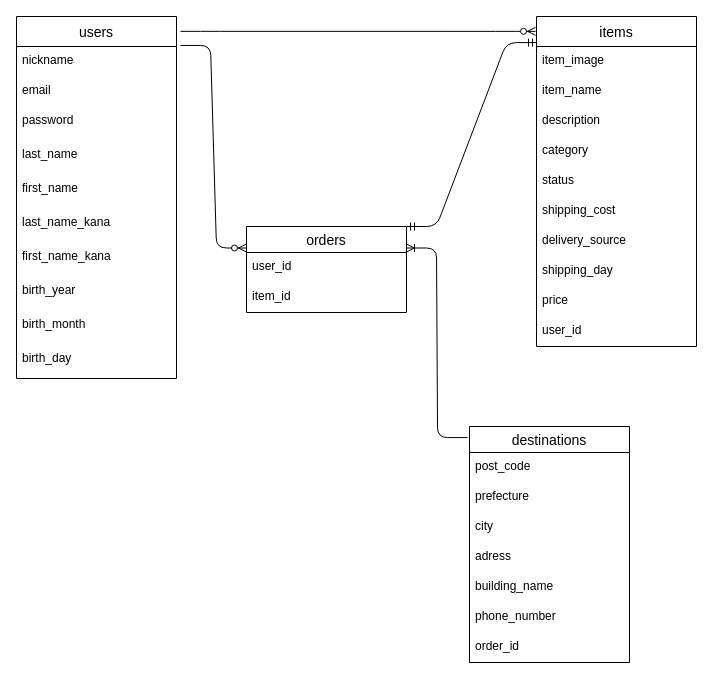
mikiyaaa/furima-33973 keeps this draw.io diagram as furima.dio. Above is the earlier version. Source tidied: cells renumbered, new cells numbered last; positions are measured from the earlier drawing's top-left corner, leaving out a move shared by most shapes. Both pictures are drawn from the tidied source at 100%, with x=0, y=0 at pixel (16, 16).
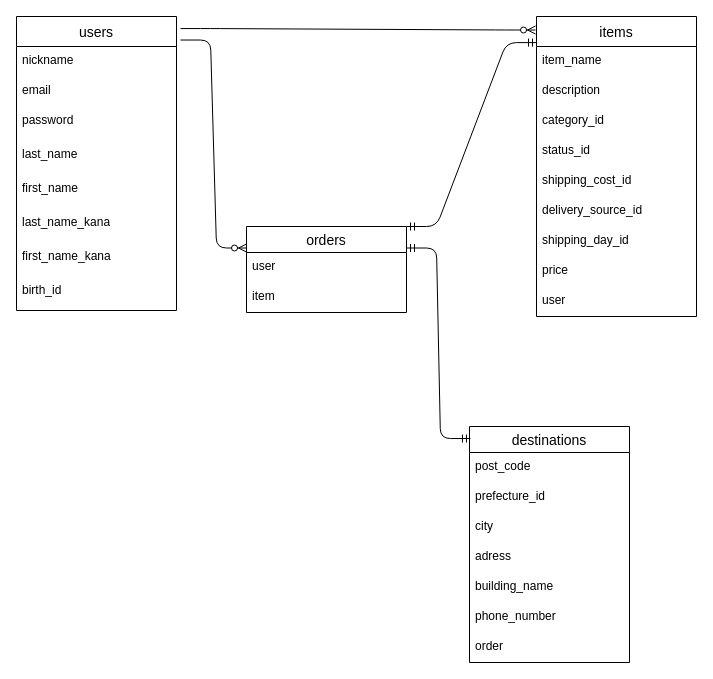
The same page after the edit.

Commit message (it also covers changes not shown here):
データベース設計修正

Unchanged cells that the change refers to:
```xml
<mxCell id="25" value="destinations" style="swimlane;fontStyle=0;horizontal=1;startSize=26;align=center;fontSize=14;" parent="1" vertex="1">
  <mxGeometry x="453" y="410" width="160" height="236" as="geometry" />
</mxCell>
<mxCell id="33" value="orders" style="swimlane;fontStyle=0;horizontal=1;startSize=26;align=center;fontSize=14;" parent="1" vertex="1">
  <mxGeometry x="230" y="210" width="160" height="86" as="geometry" />
</mxCell>
```

The edit, as a diff of the source:
```diff
@@
     <mxCell id="2" value="users" style="swimlane;fontStyle=0;horizontal=1;startSize=30;align=center;fontSize=14;" parent="1" vertex="1">
-      <mxGeometry width="160" height="362" as="geometry" />
+      <mxGeometry width="160" height="294" as="geometry" />
     </mxCell>
@@
-    <mxCell id="10" value="birth_year" style="text;strokeColor=none;fillColor=none;spacingLeft=4;spacingRight=4;overflow=hidden;fontSize=12;" parent="2" vertex="1">
+    <mxCell id="10" value="birth_id" style="text;strokeColor=none;fillColor=none;spacingLeft=4;spacingRight=4;overflow=hidden;fontSize=12;" parent="2" vertex="1">
       <mxGeometry y="260" width="160" height="34" as="geometry" />
     </mxCell>
-    <mxCell id="11" value="birth_month" style="text;strokeColor=none;fillColor=none;spacingLeft=4;spacingRight=4;overflow=hidden;fontSize=12;" parent="2" vertex="1">
-      <mxGeometry y="294" width="160" height="34" as="geometry" />
-    </mxCell>
-    <mxCell id="12" value="birth_day" style="text;strokeColor=none;fillColor=none;spacingLeft=4;spacingRight=4;overflow=hidden;fontSize=12;" parent="2" vertex="1">
-      <mxGeometry y="328" width="160" height="34" as="geometry" />
-    </mxCell>
     <mxCell id="13" value="items" style="swimlane;fontStyle=0;horizontal=1;startSize=30;align=center;fontSize=14;" parent="1" vertex="1">
-      <mxGeometry x="520" width="160" height="330" as="geometry" />
+      <mxGeometry x="520" width="160" height="300" as="geometry" />
     </mxCell>
@@
-    <mxCell id="15" value="item_image" style="text;strokeColor=none;fillColor=none;spacingLeft=4;spacingRight=4;overflow=hidden;fontSize=12;" parent="13" vertex="1">
-      <mxGeometry y="30" width="160" height="30" as="geometry" />
-    </mxCell>
     <mxCell id="16" value="item_name" style="text;strokeColor=none;fillColor=none;spacingLeft=4;spacingRight=4;overflow=hidden;fontSize=12;" parent="13" vertex="1">
-      <mxGeometry y="60" width="160" height="30" as="geometry" />
+      <mxGeometry y="30" width="160" height="30" as="geometry" />
     </mxCell>
     <mxCell id="17" value="description" style="text;strokeColor=none;fillColor=none;spacingLeft=4;spacingRight=4;overflow=hidden;fontSize=12;" parent="13" vertex="1">
-      <mxGeometry y="90" width="160" height="30" as="geometry" />
+      <mxGeometry y="60" width="160" height="30" as="geometry" />
     </mxCell>
-    <mxCell id="18" value="category" style="text;strokeColor=none;fillColor=none;spacingLeft=4;spacingRight=4;overflow=hidden;fontSize=12;" parent="13" vertex="1">
-      <mxGeometry y="120" width="160" height="30" as="geometry" />
+    <mxCell id="18" value="category_id" style="text;strokeColor=none;fillColor=none;spacingLeft=4;spacingRight=4;overflow=hidden;fontSize=12;" parent="13" vertex="1">
+      <mxGeometry y="90" width="160" height="30" as="geometry" />
     </mxCell>
-    <mxCell id="19" value="status" style="text;strokeColor=none;fillColor=none;spacingLeft=4;spacingRight=4;overflow=hidden;fontSize=12;" parent="13" vertex="1">
-      <mxGeometry y="150" width="160" height="30" as="geometry" />
+    <mxCell id="19" value="status_id" style="text;strokeColor=none;fillColor=none;spacingLeft=4;spacingRight=4;overflow=hidden;fontSize=12;" parent="13" vertex="1">
+      <mxGeometry y="120" width="160" height="30" as="geometry" />
     </mxCell>
-    <mxCell id="20" value="shipping_cost" style="text;strokeColor=none;fillColor=none;spacingLeft=4;spacingRight=4;overflow=hidden;fontSize=12;" parent="13" vertex="1">
-      <mxGeometry y="180" width="160" height="30" as="geometry" />
+    <mxCell id="20" value="shipping_cost_id" style="text;strokeColor=none;fillColor=none;spacingLeft=4;spacingRight=4;overflow=hidden;fontSize=12;" parent="13" vertex="1">
+      <mxGeometry y="150" width="160" height="30" as="geometry" />
     </mxCell>
-    <mxCell id="21" value="delivery_source" style="text;strokeColor=none;fillColor=none;spacingLeft=4;spacingRight=4;overflow=hidden;fontSize=12;" parent="13" vertex="1">
-      <mxGeometry y="210" width="160" height="30" as="geometry" />
+    <mxCell id="21" value="delivery_source_id" style="text;strokeColor=none;fillColor=none;spacingLeft=4;spacingRight=4;overflow=hidden;fontSize=12;" parent="13" vertex="1">
+      <mxGeometry y="180" width="160" height="30" as="geometry" />
     </mxCell>
-    <mxCell id="22" value="shipping_day" style="text;strokeColor=none;fillColor=none;spacingLeft=4;spacingRight=4;overflow=hidden;fontSize=12;" parent="13" vertex="1">
-      <mxGeometry y="240" width="160" height="30" as="geometry" />
+    <mxCell id="22" value="shipping_day_id" style="text;strokeColor=none;fillColor=none;spacingLeft=4;spacingRight=4;overflow=hidden;fontSize=12;" parent="13" vertex="1">
+      <mxGeometry y="210" width="160" height="30" as="geometry" />
     </mxCell>
     <mxCell id="23" value="price" style="text;strokeColor=none;fillColor=none;spacingLeft=4;spacingRight=4;overflow=hidden;fontSize=12;" parent="13" vertex="1">
-      <mxGeometry y="270" width="160" height="30" as="geometry" />
+      <mxGeometry y="240" width="160" height="30" as="geometry" />
     </mxCell>
-    <mxCell id="24" value="user_id" style="text;strokeColor=none;fillColor=none;spacingLeft=4;spacingRight=4;overflow=hidden;fontSize=12;" parent="13" vertex="1">
-      <mxGeometry y="300" width="160" height="30" as="geometry" />
+    <mxCell id="24" value="user" style="text;strokeColor=none;fillColor=none;spacingLeft=4;spacingRight=4;overflow=hidden;fontSize=12;" parent="13" vertex="1">
+      <mxGeometry y="270" width="160" height="30" as="geometry" />
     </mxCell>
@@
-    <mxCell id="27" value="prefecture" style="text;strokeColor=none;fillColor=none;spacingLeft=4;spacingRight=4;overflow=hidden;fontSize=12;" parent="25" vertex="1">
+    <mxCell id="27" value="prefecture_id" style="text;strokeColor=none;fillColor=none;spacingLeft=4;spacingRight=4;overflow=hidden;fontSize=12;" parent="25" vertex="1">
       <mxGeometry y="56" width="160" height="30" as="geometry" />
     </mxCell>
@@
-    <mxCell id="32" value="order_id" style="text;strokeColor=none;fillColor=none;spacingLeft=4;spacingRight=4;overflow=hidden;fontSize=12;" parent="25" vertex="1">
+    <mxCell id="32" value="order" style="text;strokeColor=none;fillColor=none;spacingLeft=4;spacingRight=4;overflow=hidden;fontSize=12;" parent="25" vertex="1">
       <mxGeometry y="206" width="160" height="30" as="geometry" />
     </mxCell>
@@
-    <mxCell id="34" value="user_id" style="text;strokeColor=none;fillColor=none;spacingLeft=4;spacingRight=4;overflow=hidden;fontSize=12;" parent="33" vertex="1">
+    <mxCell id="34" value="user" style="text;strokeColor=none;fillColor=none;spacingLeft=4;spacingRight=4;overflow=hidden;fontSize=12;" parent="33" vertex="1">
       <mxGeometry y="26" width="160" height="30" as="geometry" />
     </mxCell>
-    <mxCell id="35" value="item_id" style="text;strokeColor=none;fillColor=none;spacingLeft=4;spacingRight=4;overflow=hidden;fontSize=12;" parent="33" vertex="1">
+    <mxCell id="35" value="item" style="text;strokeColor=none;fillColor=none;spacingLeft=4;spacingRight=4;overflow=hidden;fontSize=12;" parent="33" vertex="1">
       <mxGeometry y="56" width="160" height="30" as="geometry" />
     </mxCell>
@@
-    <mxCell id="38" style="edgeStyle=entityRelationEdgeStyle;fontSize=12;html=1;endArrow=ERoneToMany;exitX=-0.012;exitY=0.047;exitDx=0;exitDy=0;entryX=1;entryY=0.25;entryDx=0;entryDy=0;exitPerimeter=0;" parent="1" edge="1" source="25" target="33">
-      <mxGeometry relative="1" as="geometry" />
-    </mxCell>
+    <mxCell id="39" style="edgeStyle=entityRelationEdgeStyle;fontSize=12;html=1;endArrow=ERmandOne;startArrow=ERmandOne;exitX=1;exitY=0.25;exitDx=0;exitDy=0;entryX=0.006;entryY=0.051;entryDx=0;entryDy=0;entryPerimeter=0;" parent="1" edge="1" source="33" target="25">
+      <mxGeometry relative="1" as="geometry" />
+    </mxCell>
```
